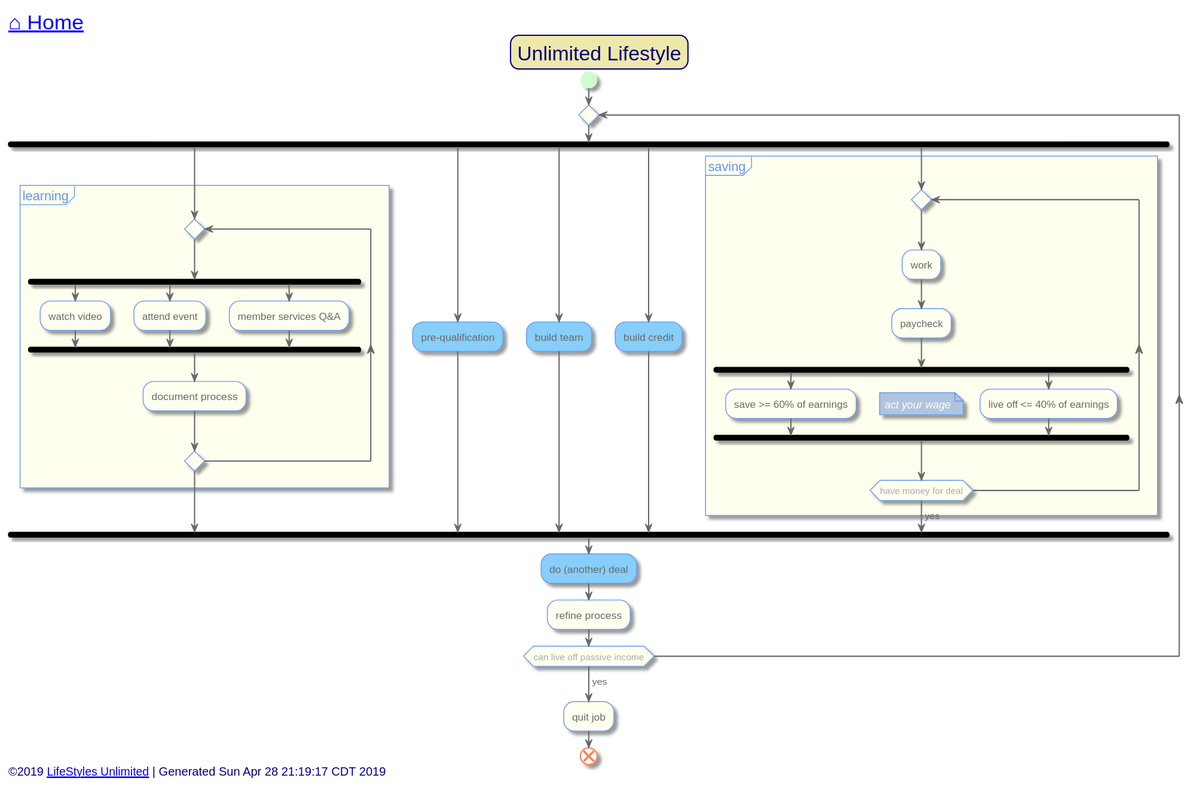
Before: out/src/unlimited-lifestyle/index.svg, a diagram exported from PlantUML (toddmo/lifestylesunlimited).
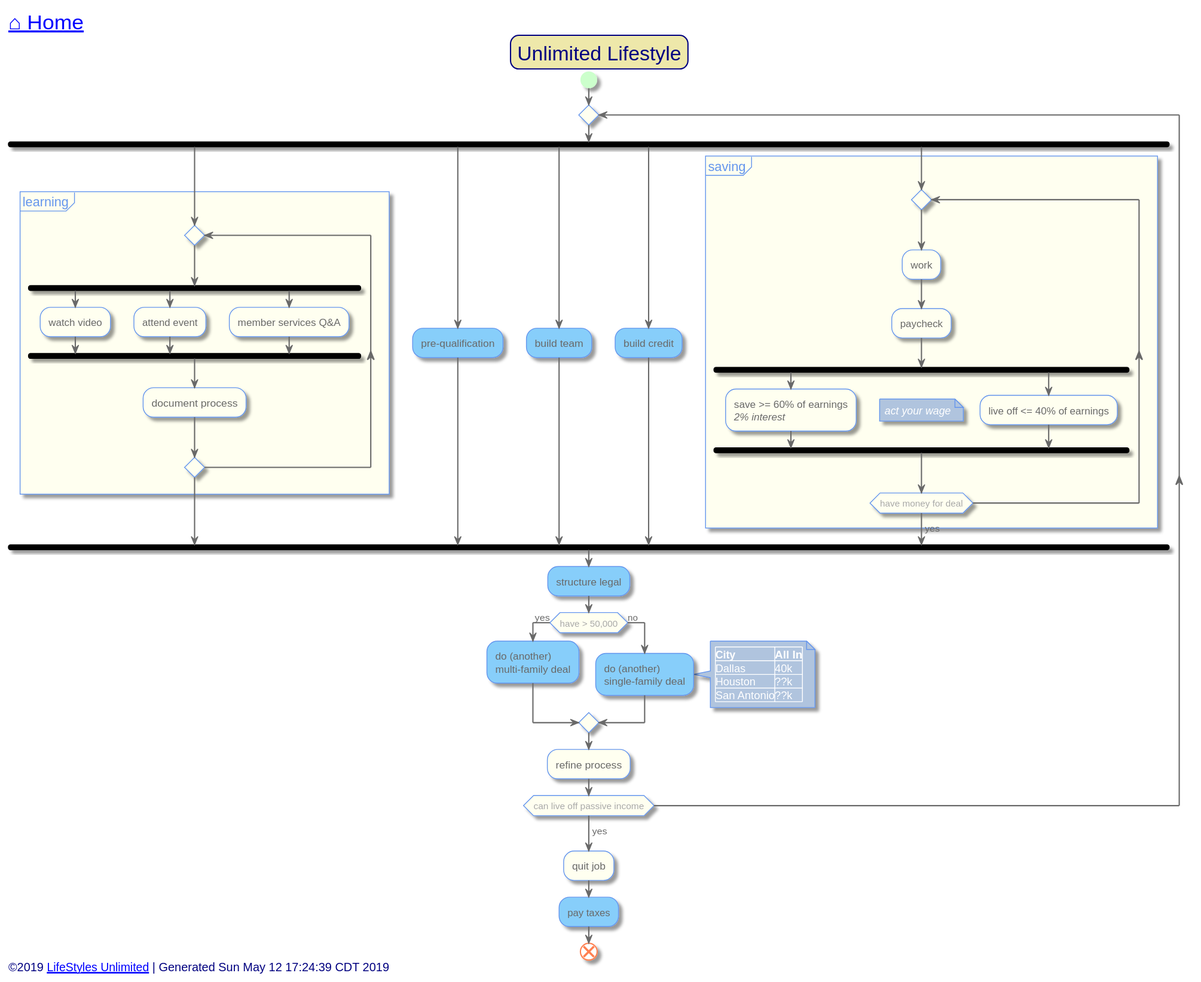
Later version of the same file.

The edit, as a diff of the source:
```diff
@@ -111,7 +111,7 @@
 						:work;
 						:paycheck;
 						fork
-							:save >= 60% of earnings;
+							:save >= 60% of earnings\n<i>2% interest;
 						fork again
 							:live off <= 40% of earnings;
 							floating note left:<i>act your wage
@@ -121,19 +121,31 @@
 					->yes;
 				}
 			end fork
-			[[../single-family/single-family-deal.svg?sanitize=true]]#LightSkyBlue:do (another) deal;
+			[[legal.svg?sanitize=true]]#LightSkyBlue:structure legal;
+			if(have > 50,000) then (yes)
+				[[../multi-family/multi-family-deal.svg?sanitize=true]]#LightSkyBlue:do (another)\nmulti-family deal;
+			else (no)
+				[[../single-family/single-family-deal.svg?sanitize=true]]#LightSkyBlue:do (another)\nsingle-family deal;
+				note right
+					||City||All In||
+					|Dallas|40k|
+					|Houston|??k|
+					|San Antonio|??k|
+				end note
+			endif
 			:refine process;
 		repeat while (can live off passive income)
 		->yes;
 		:quit job;
 
+		[[taxes.svg?sanitize=true]]#LightSkyBlue:pay taxes;
 
 
 	end
 
 
 left footer
-	<font size=14>©2019 [[http://www.lifestylesunlimited.com LifeStyles Unlimited]] | Generated Sun Apr 28 21:19:17 CDT 2019</font>
+	<font size=14>©2019 [[http://www.lifestylesunlimited.com LifeStyles Unlimited]] | Generated Sun May 12 17:24:39 CDT 2019</font>
 endfooter
 
 
```
